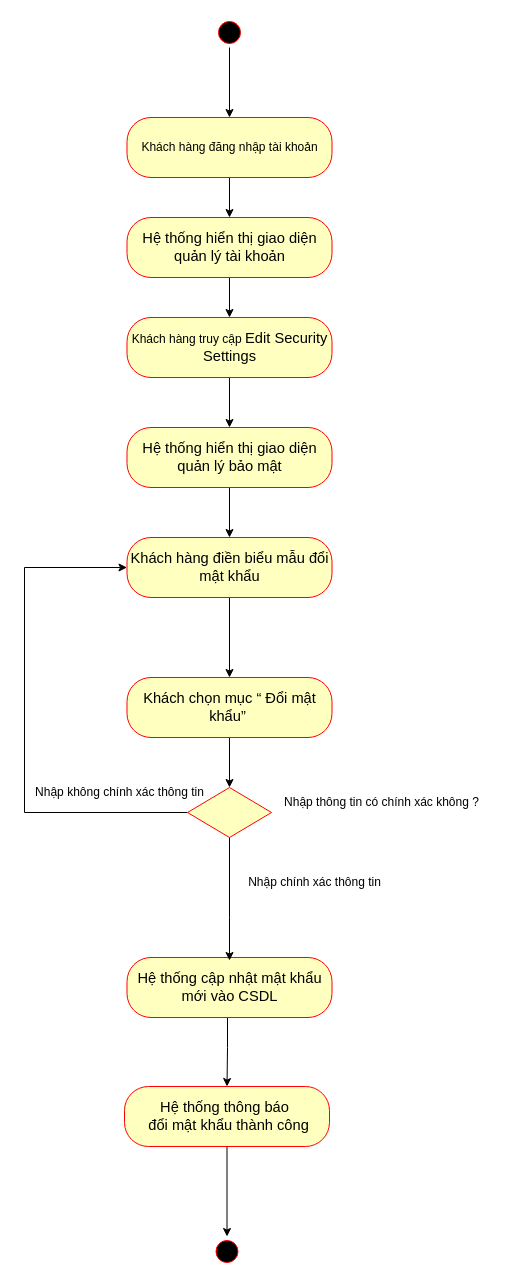
This is Nam3_HK1/CNPM_SoftTech/Activity Diagrams/Linh Quân/AD_ĐổiMậtKhẩu.drawio from EdgarIgnite16/SGU-Course, a draw.io file, before an edit. Source tidied: cells renumbered, new cells numbered last; positions are measured from the earlier drawing's top-left corner, leaving out a move shared by most shapes. Both pictures are drawn from the tidied source at 100%, with x=0, y=0 at pixel (24, 17).
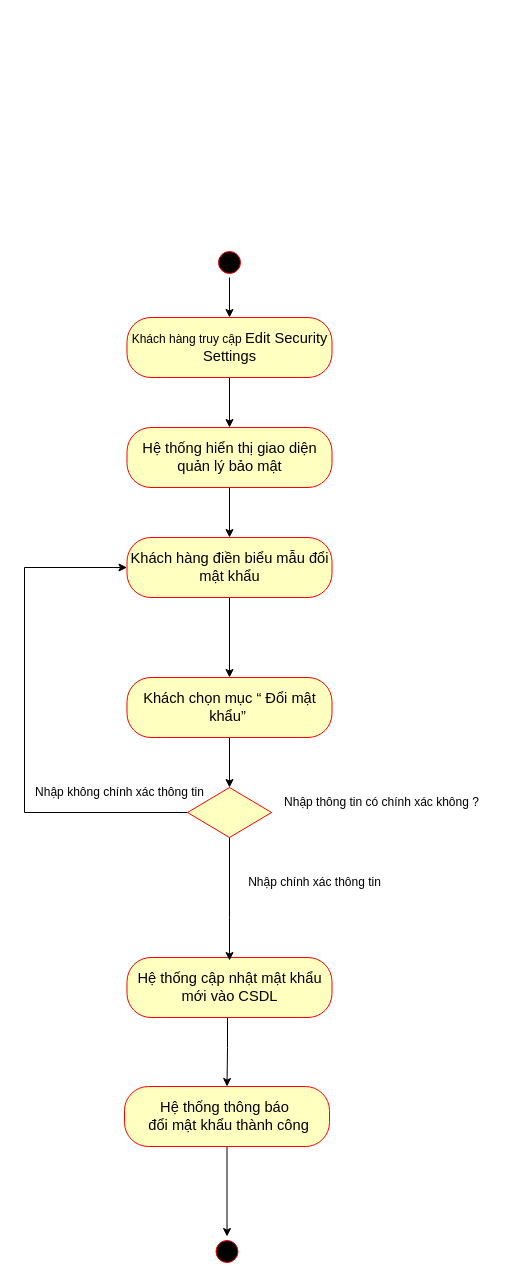
Above is the later version.

Unchanged cells that the change refers to:
```xml
<mxCell id="5" value="Khách hàng truy cập&amp;nbsp;&lt;span id=&quot;docs-internal-guid-c46157a8-7fff-599b-7e33-ecd2c7dca1f7&quot;&gt;&lt;span style=&quot;font-size: 11pt; font-family: Calibri, sans-serif; background-color: transparent; font-variant-numeric: normal; font-variant-east-asian: normal; vertical-align: baseline;&quot;&gt;Edit Security Settings&lt;/span&gt;&lt;/span&gt;" style="rounded=1;whiteSpace=wrap;html=1;arcSize=40;fontColor=#000000;fillColor=#ffffc0;strokeColor=#ff0000;fontFamily=Helvetica;" parent="1" vertex="1">
  <mxGeometry x="102.5" y="300" width="205" height="60" as="geometry" />
</mxCell>
```

What changed in the source:
```diff
@@
-    <mxCell id="2" style="edgeStyle=orthogonalEdgeStyle;rounded=0;jettySize=auto;html=1;entryX=0.5;entryY=0;entryDx=0;entryDy=0;startArrow=none;startFill=0;endArrow=classic;endFill=1;" parent="1" edge="1" source="3" target="7">
-      <mxGeometry relative="1" as="geometry" />
-    </mxCell>
     <mxCell id="3" style="ellipse;html=1;shape=startState;fillColor=#000000;strokeColor=#ff0000;fontFamily=Helvetica;" parent="1" vertex="1">
-      <mxGeometry x="190" width="30" height="30" as="geometry" />
+      <mxGeometry x="190" y="230" width="30" height="30" as="geometry" />
     </mxCell>
@@
-    <mxCell id="6" style="edgeStyle=orthogonalEdgeStyle;rounded=0;jettySize=auto;html=1;startArrow=none;startFill=0;endArrow=classic;endFill=1;" parent="1" edge="1" source="7" target="9">
-      <mxGeometry relative="1" as="geometry" />
-    </mxCell>
-    <mxCell id="7" value="Khách hàng đăng nhập tài khoản" style="rounded=1;whiteSpace=wrap;html=1;arcSize=40;fontColor=#000000;fillColor=#ffffc0;strokeColor=#ff0000;fontFamily=Helvetica;" parent="1" vertex="1">
-      <mxGeometry x="102.5" y="100" width="205" height="60" as="geometry" />
-    </mxCell>
-    <mxCell id="8" style="edgeStyle=orthogonalEdgeStyle;rounded=0;jettySize=auto;html=1;entryX=0.5;entryY=0;entryDx=0;entryDy=0;startArrow=none;startFill=0;endArrow=classic;endFill=1;" parent="1" edge="1" source="9" target="5">
+    <mxCell id="8" style="edgeStyle=orthogonalEdgeStyle;rounded=0;jettySize=auto;html=1;entryX=0.5;entryY=0;entryDx=0;entryDy=0;startArrow=none;startFill=0;endArrow=classic;endFill=1;" parent="1" edge="1" source="3" target="5">
       <mxGeometry relative="1" as="geometry" />
     </mxCell>
-    <mxCell id="9" value="&lt;span id=&quot;docs-internal-guid-a755cbce-7fff-5603-da7d-0f5ff9f60d26&quot;&gt;&lt;span style=&quot;font-size: 11pt; font-family: Calibri, sans-serif; background-color: transparent; font-variant-numeric: normal; font-variant-east-asian: normal; vertical-align: baseline;&quot;&gt;Hệ thống hiển thị giao diện quản lý tài khoản&lt;/span&gt;&lt;/span&gt;" style="rounded=1;whiteSpace=wrap;html=1;arcSize=40;fontColor=#000000;fillColor=#ffffc0;strokeColor=#ff0000;fontFamily=Helvetica;" parent="1" vertex="1">
-      <mxGeometry x="102.5" y="200" width="205" height="60" as="geometry" />
-    </mxCell>
```
